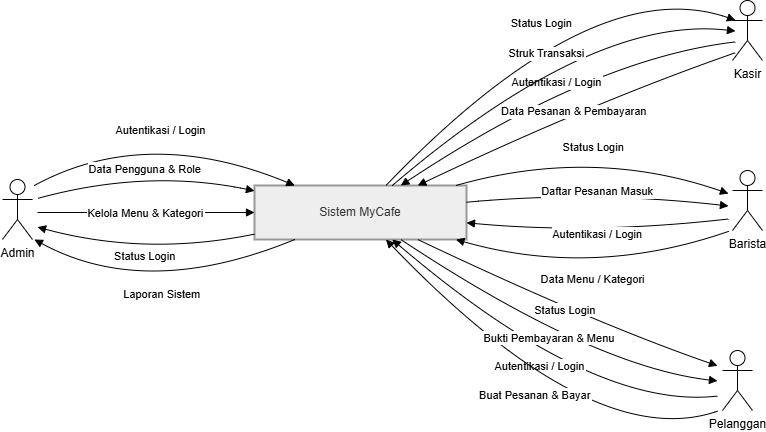
Above: diagrams/DFD/dfdlv0MyCafe.drawio.png in rdzvoltgt3/mycafe (draw.io), before the change. Source tidied: cells renumbered, new cells last; positions are measured from the earlier drawing's top-left corner, leaving out a move shared by most shapes.
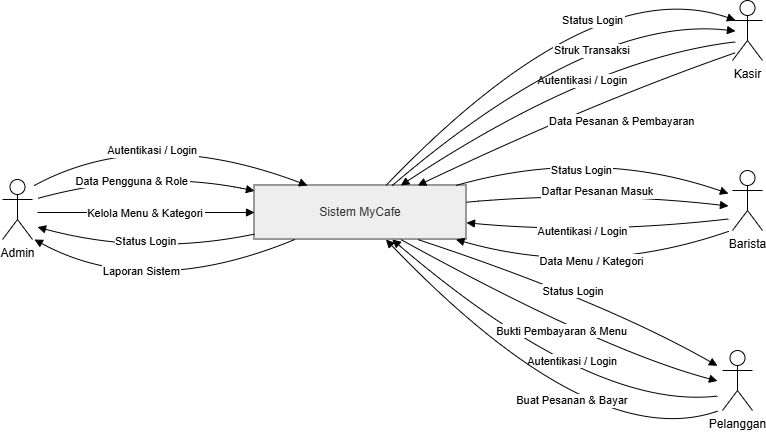
After the commit.

Diff of the diagram source:
```diff
@@ -5,8 +5,8 @@
     <mxCell id="2" value="Sistem MyCafe" style="whiteSpace=wrap;strokeWidth=2;fillColor=light-dark(#eeeeee,#1f2020);strokeColor=light-dark(#999999,#cccccc);fontColor=light-dark(#333333,#cccccc);" parent="1" vertex="1">
       <mxGeometry x="252" y="215" width="212" height="54" as="geometry" />
     </mxCell>
-    <mxCell id="3" value="Autentikasi / Login" style="curved=1;startArrow=none;endArrow=block;exitX=0.97;exitY=0;entryX=0.19;entryY=0;rounded=0;" parent="1" edge="1" target="2">
-      <mxGeometry relative="1" as="geometry">
+    <mxCell id="3" value="Autentikasi / Login" style="curved=1;startArrow=none;endArrow=block;exitX=0.97;exitY=0;entryX=0.25;entryY=0;rounded=0;entryDx=0;entryDy=0;" parent="1" edge="1" target="2">
+      <mxGeometry x="-0.05" y="-22" relative="1" as="geometry">
         <mxPoint x="31.9" y="215" as="sourcePoint" />
         <Array as="points">
           <mxPoint x="144" y="154" />
@@ -14,7 +14,7 @@
       </mxGeometry>
     </mxCell>
     <mxCell id="4" value="Status Login" style="curved=1;startArrow=none;endArrow=block;exitX=0;exitY=0.9;entryX=1;entryY=0.77;rounded=0;" parent="1" edge="1" source="2">
-      <mxGeometry relative="1" as="geometry">
+      <mxGeometry x="0.03" y="-15" relative="1" as="geometry">
         <mxPoint x="35" y="256.6" as="targetPoint" />
         <Array as="points">
           <mxPoint x="144" y="286" />
@@ -22,7 +22,7 @@
       </mxGeometry>
     </mxCell>
     <mxCell id="5" value="Data Pengguna &amp; Role" style="curved=1;startArrow=none;endArrow=block;exitX=1;exitY=0.24;entryX=0;entryY=0.1;rounded=0;" parent="1" edge="1" target="2">
-      <mxGeometry relative="1" as="geometry">
+      <mxGeometry x="-0.14" y="-8" relative="1" as="geometry">
         <mxPoint x="35" y="228" as="sourcePoint" />
         <Array as="points">
           <mxPoint x="144" y="198" />
@@ -35,7 +35,7 @@
       </mxGeometry>
     </mxCell>
     <mxCell id="7" value="Laporan Sistem" style="curved=1;startArrow=none;endArrow=block;exitX=0.19;exitY=1;entryX=0.97;entryY=1;rounded=0;" parent="1" edge="1" source="2">
-      <mxGeometry relative="1" as="geometry">
+      <mxGeometry x="0.24" y="-24" relative="1" as="geometry">
         <mxPoint x="31.9" y="269" as="targetPoint" />
         <Array as="points">
           <mxPoint x="144" y="330" />
@@ -43,7 +43,7 @@
       </mxGeometry>
     </mxCell>
     <mxCell id="8" value="Autentikasi / Login" style="curved=1;startArrow=none;endArrow=block;exitX=0;exitY=0.6;entryX=0.69;entryY=0;rounded=0;" parent="1" edge="1" target="2">
-      <mxGeometry relative="1" as="geometry">
+      <mxGeometry x="-0.12" y="13" relative="1" as="geometry">
         <mxPoint x="733" y="71.4" as="sourcePoint" />
         <Array as="points">
           <mxPoint x="590" y="88" />
@@ -51,7 +51,7 @@
       </mxGeometry>
     </mxCell>
     <mxCell id="9" value="Status Login" style="curved=1;startArrow=none;endArrow=block;exitX=0.62;exitY=0;entryX=0;entryY=0.2;rounded=0;" parent="1" edge="1" source="2">
-      <mxGeometry relative="1" as="geometry">
+      <mxGeometry x="0.17" y="-35" relative="1" as="geometry">
         <mxPoint x="733" y="49.8" as="targetPoint" />
         <Array as="points">
           <mxPoint x="590" />
@@ -59,7 +59,7 @@
       </mxGeometry>
     </mxCell>
     <mxCell id="10" value="Data Pesanan &amp; Pembayaran" style="curved=1;startArrow=none;endArrow=block;exitX=0;exitY=0.8;entryX=0.77;entryY=0;rounded=0;" parent="1" edge="1" target="2">
-      <mxGeometry relative="1" as="geometry">
+      <mxGeometry x="-0.25" y="27" relative="1" as="geometry">
         <mxPoint x="733" y="82.2" as="sourcePoint" />
         <Array as="points">
           <mxPoint x="590" y="132" />
@@ -67,7 +67,7 @@
       </mxGeometry>
     </mxCell>
     <mxCell id="11" value="Struk Transaksi" style="curved=1;startArrow=none;endArrow=block;exitX=0.65;exitY=0;entryX=0;entryY=0.4;rounded=0;" parent="1" edge="1" source="2">
-      <mxGeometry relative="1" as="geometry">
+      <mxGeometry x="0.18" y="-27" relative="1" as="geometry">
         <mxPoint x="733" y="60.6" as="targetPoint" />
         <Array as="points">
           <mxPoint x="590" y="44" />
@@ -75,7 +75,7 @@
       </mxGeometry>
     </mxCell>
     <mxCell id="12" value="Autentikasi / Login" style="curved=1;startArrow=none;endArrow=block;exitX=0;exitY=0.62;entryX=1;entryY=0.69;rounded=0;" parent="1" edge="1" target="2">
-      <mxGeometry relative="1" as="geometry">
+      <mxGeometry x="0.12" y="-3" relative="1" as="geometry">
         <mxPoint x="726" y="248.5" as="sourcePoint" />
         <Array as="points">
           <mxPoint x="590" y="264" />
@@ -83,7 +83,7 @@
       </mxGeometry>
     </mxCell>
     <mxCell id="13" value="Status Login" style="curved=1;startArrow=none;endArrow=block;exitX=0.95;exitY=0;entryX=0;entryY=0.15;rounded=0;" parent="1" edge="1" source="2">
-      <mxGeometry relative="1" as="geometry">
+      <mxGeometry x="-0.12" y="-20" relative="1" as="geometry">
         <mxPoint x="726" y="223.1" as="targetPoint" />
         <Array as="points">
           <mxPoint x="590" y="176" />
@@ -91,7 +91,7 @@
       </mxGeometry>
     </mxCell>
     <mxCell id="14" value="Data Menu / Kategori" style="curved=1;startArrow=none;endArrow=block;exitX=0;exitY=0.85;entryX=0.95;entryY=1;rounded=0;" parent="1" edge="1" target="2">
-      <mxGeometry relative="1" as="geometry">
+      <mxGeometry x="-0.03" y="-17" relative="1" as="geometry">
         <mxPoint x="726" y="260.9" as="sourcePoint" />
         <Array as="points">
           <mxPoint x="590" y="308" />
@@ -107,7 +107,7 @@
       </mxGeometry>
     </mxCell>
     <mxCell id="16" value="Autentikasi / Login" style="curved=1;startArrow=none;endArrow=block;exitX=0;exitY=0.64;entryX=0.65;entryY=1;rounded=0;" parent="1" edge="1" target="2">
-      <mxGeometry relative="1" as="geometry">
+      <mxGeometry x="-0.11" y="-25" relative="1" as="geometry">
         <mxPoint x="715" y="425.6" as="sourcePoint" />
         <Array as="points">
           <mxPoint x="590" y="440" />
@@ -118,12 +118,12 @@
       <mxGeometry relative="1" as="geometry">
         <mxPoint x="715" y="395.3" as="targetPoint" />
         <Array as="points">
-          <mxPoint x="590" y="352" />
+          <mxPoint x="600" y="330" />
         </Array>
       </mxGeometry>
     </mxCell>
     <mxCell id="18" value="Buat Pesanan &amp; Bayar" style="curved=1;startArrow=none;endArrow=block;exitX=0;exitY=0.92;entryX=0.62;entryY=1;rounded=0;" parent="1" edge="1" target="2">
-      <mxGeometry relative="1" as="geometry">
+      <mxGeometry x="-0.14" y="-23" relative="1" as="geometry">
         <mxPoint x="715" y="440.7" as="sourcePoint" />
         <Array as="points">
           <mxPoint x="590" y="484" />
@@ -131,10 +131,10 @@
       </mxGeometry>
     </mxCell>
     <mxCell id="19" value="Bukti Pembayaran &amp; Menu" style="curved=1;startArrow=none;endArrow=block;exitX=0.69;exitY=1;entryX=0;entryY=0.36;rounded=0;" parent="1" edge="1" source="2">
-      <mxGeometry relative="1" as="geometry">
+      <mxGeometry x="0.06" y="-2" relative="1" as="geometry">
         <mxPoint x="715" y="410.4" as="targetPoint" />
         <Array as="points">
-          <mxPoint x="590" y="396" />
+          <mxPoint x="600" y="380" />
         </Array>
       </mxGeometry>
     </mxCell>
```
